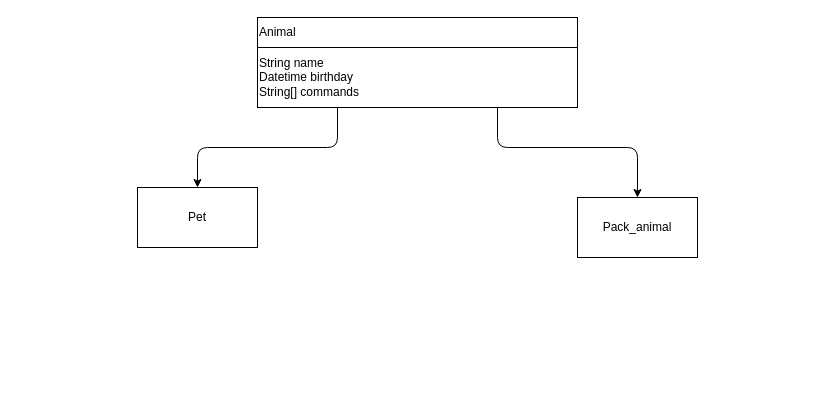
The draw.io diagram ClassesDiagram.drawio in SadMeercat/Final_test_work-Developer, before the edit. Source tidied: cells renumbered, new cells numbered last; positions are measured from the earlier drawing's top-left corner, leaving out a move shared by most shapes. Both pictures are drawn from the tidied source at 100%, with x=0, y=0 at pixel (137, 17).
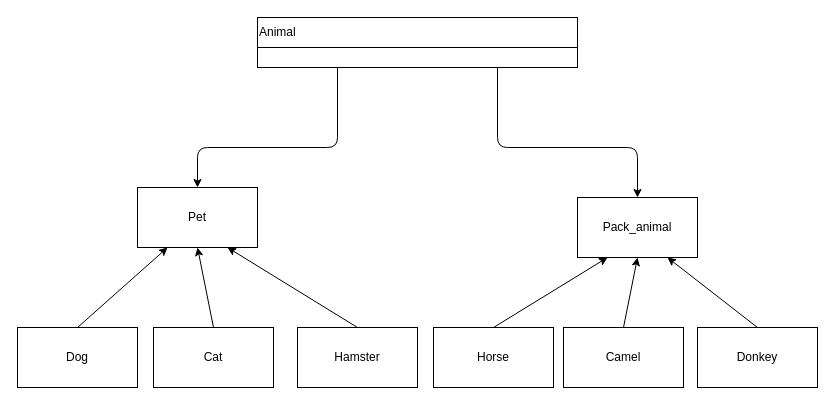
Above is the later version.

The change refers to these unchanged cells:
```xml
<mxCell id="4" value="Pet" style="rounded=0;whiteSpace=wrap;html=1;" parent="1" vertex="1">
  <mxGeometry y="170" width="120" height="60" as="geometry" />
</mxCell>
<mxCell id="5" value="Pack_animal" style="rounded=0;whiteSpace=wrap;html=1;" parent="1" vertex="1">
  <mxGeometry x="440" y="180" width="120" height="60" as="geometry" />
</mxCell>
```

What changed in the source:
```diff
@@
-    <mxCell id="3" value="String name&lt;br&gt;Datetime birthday&lt;br&gt;String[] commands" style="rounded=0;whiteSpace=wrap;html=1;align=left;" parent="1" vertex="1">
-      <mxGeometry x="120" y="30" width="320" height="60" as="geometry" />
+    <mxCell id="3" style="rounded=0;whiteSpace=wrap;html=1;align=left;" parent="1" vertex="1">
+      <mxGeometry x="120" y="30" width="320" height="20" as="geometry" />
     </mxCell>
@@
+    <mxCell id="8" value="Dog" style="rounded=0;whiteSpace=wrap;html=1;" parent="1" vertex="1">
+      <mxGeometry x="-120" y="310" width="120" height="60" as="geometry" />
+    </mxCell>
+    <mxCell id="9" value="Cat" style="rounded=0;whiteSpace=wrap;html=1;" parent="1" vertex="1">
+      <mxGeometry x="16" y="310" width="120" height="60" as="geometry" />
+    </mxCell>
+    <mxCell id="10" value="Hamster" style="rounded=0;whiteSpace=wrap;html=1;" parent="1" vertex="1">
+      <mxGeometry x="160" y="310" width="120" height="60" as="geometry" />
+    </mxCell>
+    <mxCell id="11" value="Horse" style="rounded=0;whiteSpace=wrap;html=1;" parent="1" vertex="1">
+      <mxGeometry x="296" y="310" width="120" height="60" as="geometry" />
+    </mxCell>
+    <mxCell id="12" value="Camel" style="rounded=0;whiteSpace=wrap;html=1;" parent="1" vertex="1">
+      <mxGeometry x="426" y="310" width="120" height="60" as="geometry" />
+    </mxCell>
+    <mxCell id="13" value="Donkey" style="rounded=0;whiteSpace=wrap;html=1;" parent="1" vertex="1">
+      <mxGeometry x="560" y="310" width="120" height="60" as="geometry" />
+    </mxCell>
+    <mxCell id="14" style="endArrow=classic;html=1;entryX=0.25;entryY=1;entryDx=0;entryDy=0;exitX=0.5;exitY=0;exitDx=0;exitDy=0;" parent="1" edge="1" source="8" target="4">
+      <mxGeometry relative="1" as="geometry" />
+    </mxCell>
+    <mxCell id="15" style="endArrow=classic;html=1;entryX=0.5;entryY=1;entryDx=0;entryDy=0;exitX=0.5;exitY=0;exitDx=0;exitDy=0;" parent="1" edge="1" source="9" target="4">
+      <mxGeometry relative="1" as="geometry" />
+    </mxCell>
+    <mxCell id="16" style="endArrow=classic;html=1;entryX=0.75;entryY=1;entryDx=0;entryDy=0;exitX=0.5;exitY=0;exitDx=0;exitDy=0;" parent="1" edge="1" source="10" target="4">
+      <mxGeometry relative="1" as="geometry" />
+    </mxCell>
+    <mxCell id="17" style="endArrow=classic;html=1;entryX=0.25;entryY=1;entryDx=0;entryDy=0;exitX=0.5;exitY=0;exitDx=0;exitDy=0;" parent="1" edge="1" source="11" target="5">
+      <mxGeometry relative="1" as="geometry" />
+    </mxCell>
+    <mxCell id="18" style="endArrow=classic;html=1;entryX=0.5;entryY=1;entryDx=0;entryDy=0;exitX=0.5;exitY=0;exitDx=0;exitDy=0;" parent="1" edge="1" source="12" target="5">
+      <mxGeometry relative="1" as="geometry" />
+    </mxCell>
+    <mxCell id="19" style="endArrow=classic;html=1;entryX=0.75;entryY=1;entryDx=0;entryDy=0;exitX=0.5;exitY=0;exitDx=0;exitDy=0;" parent="1" edge="1" source="13" target="5">
+      <mxGeometry relative="1" as="geometry" />
+    </mxCell>
```
